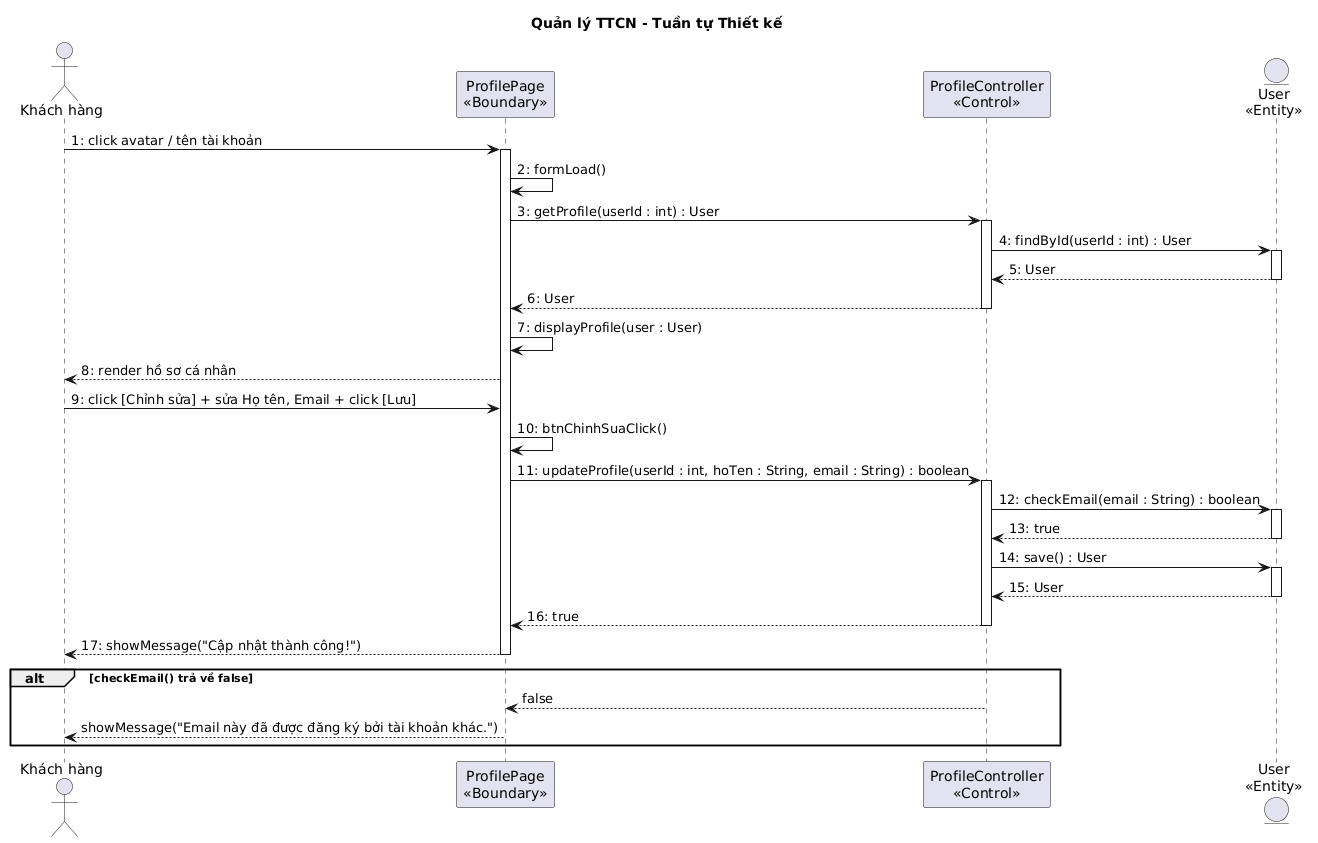
thanhtrnnn/cnpm keeps this PlantUML diagram as output/diagrams/account_seq_profile.png. Above is the earlier version.
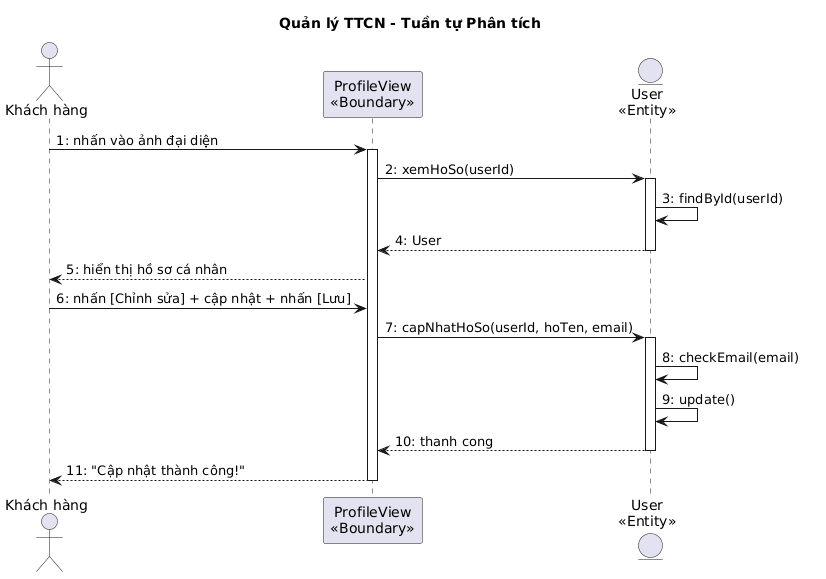
After the change.

What changed in the source:
```diff
@@ -1,43 +1,25 @@
 @startuml
-title Quản lý TTCN - Tuần tự Thiết kế
+title Quản lý TTCN - Tuần tự Phân tích
 
 actor "Khách hàng" as KH
-participant "ProfilePage\n<<Boundary>>" as B1
-participant "ProfileController\n<<Control>>" as C1
+participant "ProfileView\n<<Boundary>>" as B1
 entity "User\n<<Entity>>" as E1
 
-KH -> B1 : 1: click avatar / tên tài khoản
+KH -> B1 : 1: nhấn vào ảnh đại diện
 activate B1
-B1 -> B1 : 2: formLoad()
-B1 -> C1 : 3: getProfile(userId : int) : User
-activate C1
-C1 -> E1 : 4: findById(userId : int) : User
+B1 -> E1 : 2: xemHoSo(userId)
 activate E1
-E1 --> C1 : 5: User
+E1 -> E1 : 3: findById(userId)
+E1 --> B1 : 4: User
 deactivate E1
-C1 --> B1 : 6: User
-deactivate C1
-B1 -> B1 : 7: displayProfile(user : User)
-B1 --> KH : 8: render hồ sơ cá nhân
-KH -> B1 : 9: click [Chỉnh sửa] + sửa Họ tên, Email + click [Lưu]
-B1 -> B1 : 10: btnChinhSuaClick()
-B1 -> C1 : 11: updateProfile(userId : int, hoTen : String, email : String) : boolean
-activate C1
-C1 -> E1 : 12: checkEmail(email : String) : boolean
+B1 --> KH : 5: hiển thị hồ sơ cá nhân
+KH -> B1 : 6: nhấn [Chỉnh sửa] + cập nhật + nhấn [Lưu]
+B1 -> E1 : 7: capNhatHoSo(userId, hoTen, email)
 activate E1
-E1 --> C1 : 13: true
+E1 -> E1 : 8: checkEmail(email)
+E1 -> E1 : 9: update()
+E1 --> B1 : 10: thanh cong
 deactivate E1
-C1 -> E1 : 14: save() : User
-activate E1
-E1 --> C1 : 15: User
-deactivate E1
-C1 --> B1 : 16: true
-deactivate C1
-B1 --> KH : 17: showMessage("Cập nhật thành công!")
+B1 --> KH : 11: "Cập nhật thành công!"
 deactivate B1
-
-alt checkEmail() trả về false
-  C1 --> B1 : false
-  B1 --> KH : showMessage("Email này đã được đăng ký bởi tài khoản khác.")
-end
 @enduml
```
